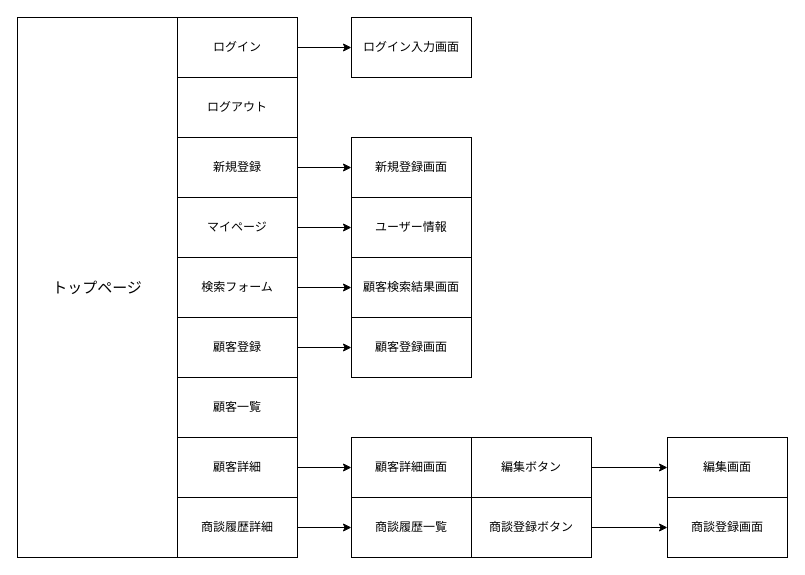
The draw.io diagram 画面遷移図.dio in pickles0417/dailyreport-41465, before the edit. Source tidied: cells renumbered, new cells numbered last; positions are measured from the earlier drawing's top-left corner, leaving out a move shared by most shapes. Both pictures are drawn from the tidied source at 100%, with x=0, y=0 at pixel (17, 17).
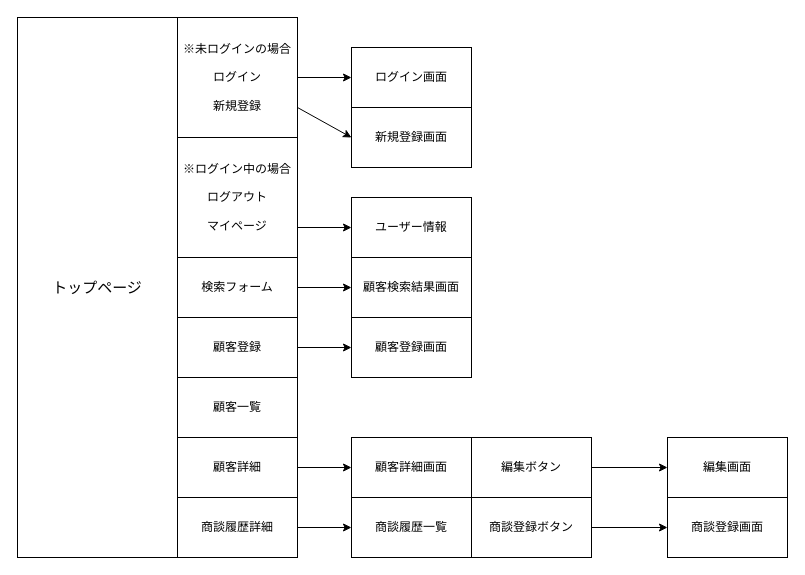
Above is the later version.

Commit message:
画面遷移図修正

Unchanged cells that the change refers to:
```xml
<mxCell id="27" value="ユーザー情報" style="rounded=0;whiteSpace=wrap;html=1;" parent="1" vertex="1">
  <mxGeometry x="334" y="180" width="120" height="60" as="geometry" />
</mxCell>
```

Diff of the diagram source:
```diff
@@
-    <mxCell id="2" style="edgeStyle=none;html=1;" parent="1" edge="1" source="3" target="19">
+    <mxCell id="2" style="edgeStyle=none;html=1;exitX=1;exitY=0.5;exitDx=0;exitDy=0;" parent="1" edge="1" source="3" target="19">
       <mxGeometry relative="1" as="geometry" />
     </mxCell>
-    <mxCell id="3" value="ログイン" style="rounded=0;whiteSpace=wrap;html=1;" parent="1" vertex="1">
-      <mxGeometry x="160" width="120" height="60" as="geometry" />
+    <mxCell id="3" value="※未ログインの場合&lt;br&gt;&lt;br&gt;ログイン&lt;br&gt;&lt;br&gt;新規登録" style="rounded=0;whiteSpace=wrap;html=1;" parent="1" vertex="1">
+      <mxGeometry x="160" width="120" height="120" as="geometry" />
     </mxCell>
-    <mxCell id="4" value="ログアウト" style="rounded=0;whiteSpace=wrap;html=1;" parent="1" vertex="1">
-      <mxGeometry x="160" y="60" width="120" height="60" as="geometry" />
-    </mxCell>
-    <mxCell id="5" style="edgeStyle=none;html=1;entryX=0;entryY=0.5;entryDx=0;entryDy=0;" parent="1" edge="1" source="6" target="10">
+    <mxCell id="5" style="edgeStyle=none;html=1;entryX=0;entryY=0.5;entryDx=0;entryDy=0;exitX=1;exitY=0.75;exitDx=0;exitDy=0;" parent="1" edge="1" source="3" target="10">
       <mxGeometry relative="1" as="geometry" />
     </mxCell>
-    <mxCell id="6" value="新規登録" style="rounded=0;whiteSpace=wrap;html=1;" parent="1" vertex="1">
-      <mxGeometry x="160" y="120" width="120" height="60" as="geometry" />
+    <mxCell id="6" value="※ログイン中の場合&lt;br&gt;&lt;br&gt;ログアウト&lt;br&gt;&lt;br&gt;マイページ" style="rounded=0;whiteSpace=wrap;html=1;" parent="1" vertex="1">
+      <mxGeometry x="160" y="120" width="120" height="120" as="geometry" />
     </mxCell>
-    <mxCell id="7" style="edgeStyle=none;html=1;" parent="1" edge="1" source="8">
-      <mxGeometry relative="1" as="geometry">
-        <mxPoint x="334" y="210" as="targetPoint" />
-      </mxGeometry>
+    <mxCell id="7" style="edgeStyle=none;html=1;exitX=1;exitY=0.75;exitDx=0;exitDy=0;entryX=0;entryY=0.5;entryDx=0;entryDy=0;" parent="1" edge="1" source="6" target="27">
+      <mxGeometry relative="1" as="geometry" />
     </mxCell>
-    <mxCell id="8" value="マイページ" style="rounded=0;whiteSpace=wrap;html=1;" parent="1" vertex="1">
-      <mxGeometry x="160" y="180" width="120" height="60" as="geometry" />
-    </mxCell>
@@
     <mxCell id="10" value="新規登録画面" style="rounded=0;whiteSpace=wrap;html=1;sketch=0;strokeColor=default;fillColor=none;" parent="1" vertex="1">
-      <mxGeometry x="334" y="120" width="120" height="60" as="geometry" />
+      <mxGeometry x="334" y="90" width="120" height="60" as="geometry" />
     </mxCell>
@@
-    <mxCell id="19" value="ログイン入力画面" style="rounded=0;whiteSpace=wrap;html=1;" parent="1" vertex="1">
-      <mxGeometry x="334" width="120" height="60" as="geometry" />
+    <mxCell id="19" value="ログイン画面" style="rounded=0;whiteSpace=wrap;html=1;" parent="1" vertex="1">
+      <mxGeometry x="334" y="30" width="120" height="60" as="geometry" />
     </mxCell>
```
